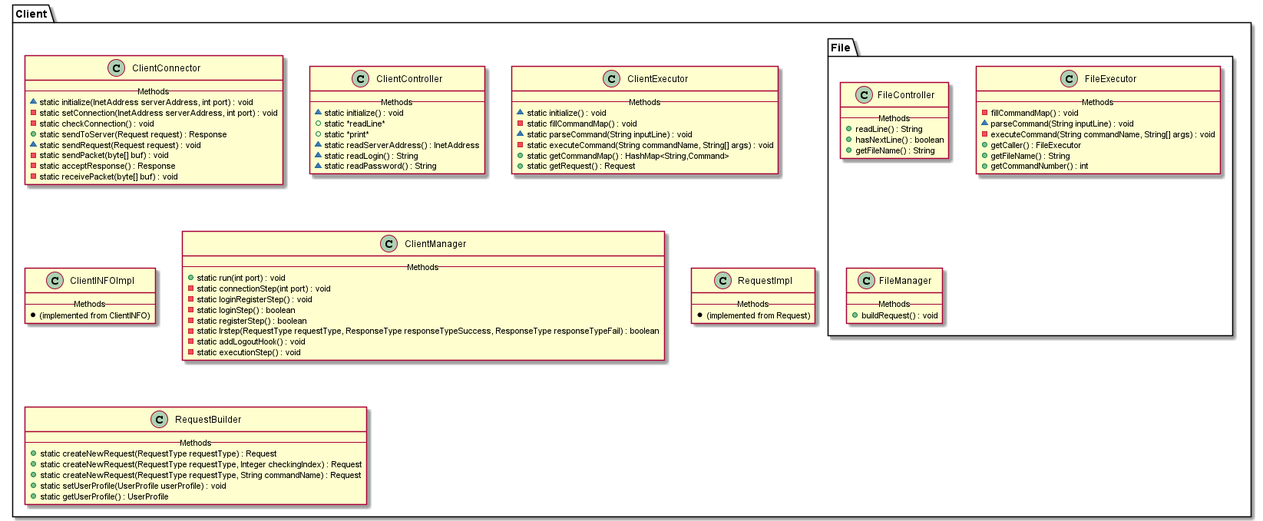
Before: diagrams/ClientDiagram.png, a diagram exported from PlantUML (Andryss/ProgrammingLabWork7). The source it was exported from:
```plantuml
@startuml

package Client {
    class ClientConnector {
    --Methods--
    ~ static initialize(InetAddress serverAddress, int port) : void
    - static setConnection(InetAddress serverAddress, int port) : void
    - static checkConnection() : void
    + static sendToServer(Request request) : Response
    ~ static sendRequest(Request request) : void
    - static sendPacket(byte[] buf) : void
    - static acceptResponse() : Response
    - static receivePacket(byte[] buf) : void
    }

    class ClientController {
    --Methods--
    ~ static initialize() : void
    + static *readLine*
    + static *print*
    ~ static readServerAddress() : InetAddress
    ~ static readLogin() : String
    ~ static readPassword() : String
    }

    class ClientExecutor {
    --Methods--
    ~ static initialize() : void
    - static fillCommandMap() : void
    ~ static parseCommand(String inputLine) : void
    - static executeCommand(String commandName, String[] args) : void
    + static getCommandMap() : HashMap<String,Command>
    + static getRequest() : Request
    }

    class ClientINFOImpl {
    --Methods--
    * (implemented from ClientINFO)
    }

    class ClientManager {
    --Methods--
    + static run(int port) : void
    - static connectionStep(int port) : void
    - static loginRegisterStep() : void
    - static loginStep() : boolean
    - static registerStep() : boolean
    - static lrstep(RequestType requestType, ResponseType responseTypeSuccess, ResponseType responseTypeFail) : boolean
    - static addLogoutHook() : void
    - static executionStep() : void
    }

    class RequestImpl {
    --Methods--
    * (implemented from Request)
    }

    class RequestBuilder {
    --Methods--
    + static createNewRequest(RequestType requestType) : Request
    + static createNewRequest(RequestType requestType, Integer checkingIndex) : Request
    + static createNewRequest(RequestType requestType, String commandName) : Request
    + static setUserProfile(UserProfile userProfile) : void
    + static getUserProfile() : UserProfile
    }

    package File {
        class FileController {
        --Methods--
        + readLine() : String
        + hasNextLine() : boolean
        + getFileName() : String
        }

        class FileExecutor {
        --Methods--
        - fillCommandMap() : void
        ~ parseCommand(String inputLine) : void
        - executeCommand(String commandName, String[] args) : void
        + getCaller() : FileExecutor
        + getFileName() : String
        + getCommandNumber() : int
        }

        class FileManager {
        --Methods--
        + buildRequest() : void
        }
    }
}

@enduml
```
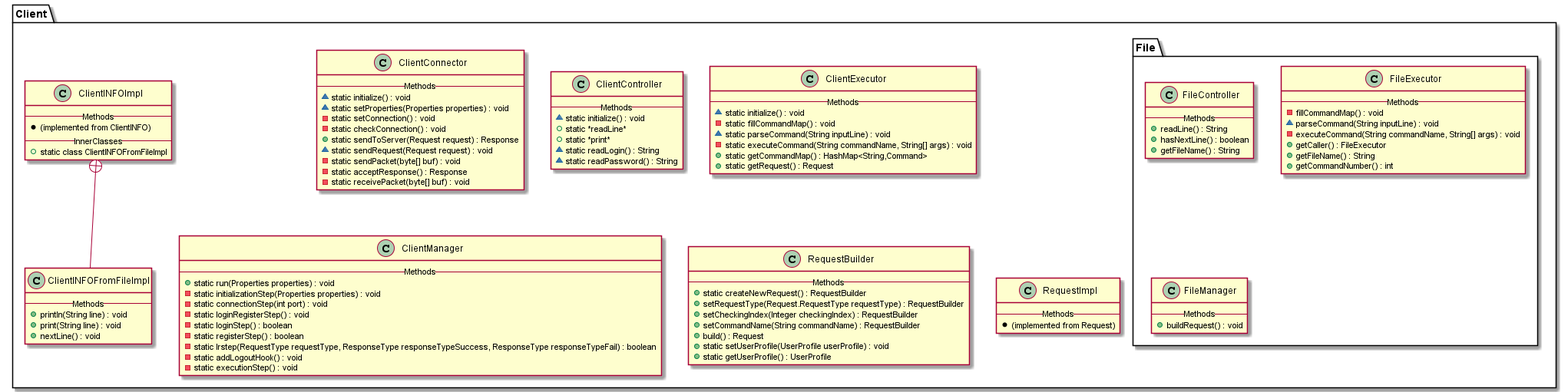
Later version of the same file.

Diff of the diagram source:
```diff
@@ -3,8 +3,9 @@
 package Client {
     class ClientConnector {
     --Methods--
-    ~ static initialize(InetAddress serverAddress, int port) : void
-    - static setConnection(InetAddress serverAddress, int port) : void
+    ~ static initialize() : void
+    ~ static setProperties(Properties properties) : void
+    - static setConnection() : void
     - static checkConnection() : void
     + static sendToServer(Request request) : Response
     ~ static sendRequest(Request request) : void
@@ -18,7 +19,6 @@
     ~ static initialize() : void
     + static *readLine*
     + static *print*
-    ~ static readServerAddress() : InetAddress
     ~ static readLogin() : String
     ~ static readPassword() : String
     }
@@ -36,11 +36,23 @@
     class ClientINFOImpl {
     --Methods--
     * (implemented from ClientINFO)
+    --InnerClasses--
+    + static class ClientINFOFromFileImpl
     }
+
+    class ClientINFOFromFileImpl {
+    --Methods--
+    + println(String line) : void
+    + print(String line) : void
+    + nextLine() : void
+    }
+
+    ClientINFOFromFileImpl -up-+ ClientINFOImpl
 
     class ClientManager {
     --Methods--
-    + static run(int port) : void
+    + static run(Properties properties) : void
+    - static initializationStep(Properties properties) : void
     - static connectionStep(int port) : void
     - static loginRegisterStep() : void
     - static loginStep() : boolean
@@ -50,18 +62,20 @@
     - static executionStep() : void
     }
 
+    class RequestBuilder {
+    --Methods--
+    + static createNewRequest() : RequestBuilder
+    + setRequestType(Request.RequestType requestType) : RequestBuilder
+    + setCheckingIndex(Integer checkingIndex) : RequestBuilder
+    + setCommandName(String commandName) : RequestBuilder
+    + build() : Request
+    + static setUserProfile(UserProfile userProfile) : void
+    + static getUserProfile() : UserProfile
+    }
+
     class RequestImpl {
     --Methods--
     * (implemented from Request)
-    }
-
-    class RequestBuilder {
-    --Methods--
-    + static createNewRequest(RequestType requestType) : Request
-    + static createNewRequest(RequestType requestType, Integer checkingIndex) : Request
-    + static createNewRequest(RequestType requestType, String commandName) : Request
-    + static setUserProfile(UserProfile userProfile) : void
-    + static getUserProfile() : UserProfile
     }
 
     package File {
```
